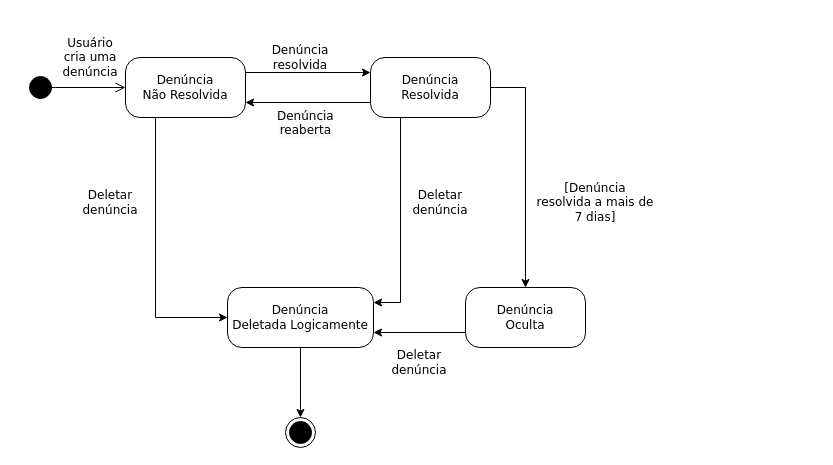
Earlier version of the draw.io diagram Documentação/Diagramas/Diagrama de Estado.drawio (frsouzaa/Documentacao-TCC-NossaVia). Source tidied: cells renumbered, new cells numbered last; positions are measured from the earlier drawing's top-left corner, leaving out a move shared by most shapes. Both pictures are drawn from the tidied source at 100%, with x=0, y=0 at pixel (25, 27).
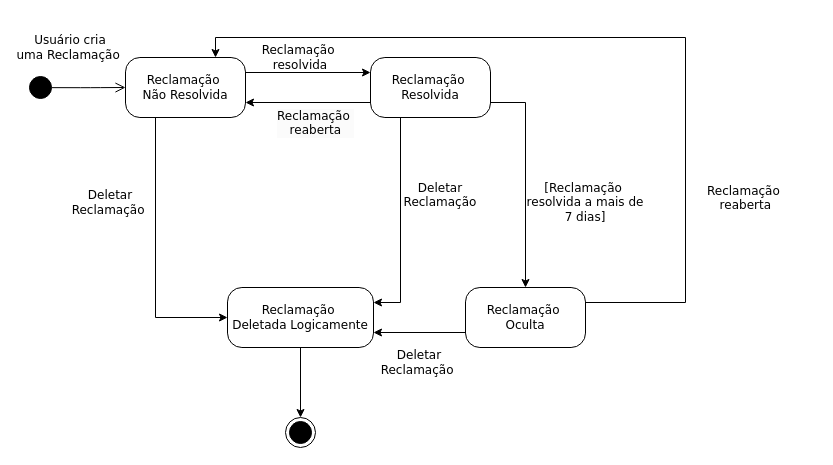
After the change.

Unchanged cells that the change refers to:
```xml
<mxCell id="2" style="ellipse;html=1;shape=startState;fillColor=#000000;strokeColor=#000000;rounded=1;shadow=0;comic=0;labelBackgroundColor=none;fontFamily=Verdana;fontSize=12;fontColor=default;align=center;direction=south;labelBorderColor=none;textShadow=0;" parent="1" vertex="1">
  <mxGeometry y="45" width="30" height="30" as="geometry" />
</mxCell>
```

Diff of the diagram source:
```diff
@@
-    <mxCell id="4" value="Denúncia&lt;div&gt;Deletada Logicamente&lt;/div&gt;" style="rounded=1;whiteSpace=wrap;html=1;arcSize=24;fillColor=none;strokeColor=default;shadow=0;comic=0;labelBackgroundColor=none;fontFamily=Verdana;fontSize=12;fontColor=default;align=center;labelBorderColor=none;textShadow=0;" parent="1" vertex="1">
+    <mxCell id="4" value="Reclamação&amp;nbsp;&lt;div&gt;Deletada Logicamente&lt;/div&gt;" style="rounded=1;whiteSpace=wrap;html=1;arcSize=24;fillColor=none;strokeColor=default;shadow=0;comic=0;labelBackgroundColor=none;fontFamily=Verdana;fontSize=12;fontColor=default;align=center;labelBorderColor=none;textShadow=0;" parent="1" vertex="1">
       <mxGeometry x="202" y="260" width="146" height="60" as="geometry" />
     </mxCell>
@@
-    <mxCell id="7" value="Denúncia&lt;div&gt;Não Resolvida&lt;/div&gt;" style="rounded=1;whiteSpace=wrap;html=1;arcSize=24;fillColor=none;strokeColor=default;shadow=0;comic=0;labelBackgroundColor=none;fontFamily=Verdana;fontSize=12;fontColor=default;align=center;labelBorderColor=none;textShadow=0;" parent="1" vertex="1">
+    <mxCell id="7" value="Reclamação&amp;nbsp;&lt;div&gt;Não Resolvida&lt;/div&gt;" style="rounded=1;whiteSpace=wrap;html=1;arcSize=24;fillColor=none;strokeColor=default;shadow=0;comic=0;labelBackgroundColor=none;fontFamily=Verdana;fontSize=12;fontColor=default;align=center;labelBorderColor=none;textShadow=0;" parent="1" vertex="1">
       <mxGeometry x="100" y="30" width="120" height="60" as="geometry" />
     </mxCell>
-    <mxCell id="8" style="edgeStyle=orthogonalEdgeStyle;rounded=0;jettySize=auto;html=1;exitX=1;exitY=0.5;exitDx=0;exitDy=0;entryX=0.5;entryY=0;entryDx=0;entryDy=0;" parent="1" edge="1" source="11" target="19">
-      <mxGeometry relative="1" as="geometry" />
+    <mxCell id="8" style="edgeStyle=orthogonalEdgeStyle;rounded=0;jettySize=auto;html=1;exitX=1;exitY=0.75;exitDx=0;exitDy=0;entryX=0.5;entryY=0;entryDx=0;entryDy=0;" parent="1" edge="1" source="11" target="19">
+      <mxGeometry relative="1" as="geometry">
+        <Array as="points">
+          <mxPoint x="500" y="75" />
+        </Array>
+      </mxGeometry>
     </mxCell>
@@
-    <mxCell id="11" value="&lt;div&gt;Denúncia&lt;/div&gt;&lt;div&gt;Resolvida&lt;/div&gt;" style="rounded=1;whiteSpace=wrap;html=1;arcSize=24;fillColor=none;strokeColor=default;shadow=0;comic=0;labelBackgroundColor=none;fontFamily=Verdana;fontSize=12;fontColor=default;align=center;labelBorderColor=none;textShadow=0;" parent="1" vertex="1">
+    <mxCell id="11" value="&lt;div&gt;Reclamação&amp;nbsp;&lt;/div&gt;&lt;div&gt;Resolvida&lt;/div&gt;" style="rounded=1;whiteSpace=wrap;html=1;arcSize=24;fillColor=none;strokeColor=default;shadow=0;comic=0;labelBackgroundColor=none;fontFamily=Verdana;fontSize=12;fontColor=default;align=center;labelBorderColor=none;textShadow=0;" parent="1" vertex="1">
       <mxGeometry x="345" y="30" width="120" height="60" as="geometry" />
     </mxCell>
-    <mxCell id="12" style="edgeStyle=orthogonalEdgeStyle;html=1;labelBackgroundColor=none;endArrow=open;endSize=8;strokeColor=default;fontFamily=Verdana;fontSize=12;align=left;fontColor=default;labelBorderColor=none;textShadow=0;entryX=0;entryY=0.5;entryDx=0;entryDy=0;" parent="1" edge="1" source="2" target="7">
+    <mxCell id="12" style="edgeStyle=orthogonalEdgeStyle;html=1;labelBackgroundColor=none;endArrow=open;endSize=8;strokeColor=default;fontFamily=Verdana;fontSize=12;align=left;fontColor=default;labelBorderColor=none;textShadow=0;entryX=0;entryY=0.5;entryDx=0;entryDy=0;exitX=0.505;exitY=0.13;exitDx=0;exitDy=0;exitPerimeter=0;" parent="1" edge="1" source="2" target="7">
       <mxGeometry relative="1" as="geometry" />
     </mxCell>
@@
-    <mxCell id="14" value="&lt;div&gt;&lt;font face=&quot;Verdana&quot;&gt;Denúncia&lt;/font&gt;&lt;/div&gt;&lt;div&gt;&lt;font face=&quot;Verdana&quot;&gt;resolvida&lt;/font&gt;&lt;/div&gt;" style="text;html=1;align=center;verticalAlign=middle;whiteSpace=wrap;rounded=0;fontColor=default;labelBackgroundColor=none;labelBorderColor=none;textShadow=0;" parent="1" vertex="1">
+    <mxCell id="14" value="&lt;div&gt;&lt;font face=&quot;Verdana&quot;&gt;Reclamação&amp;nbsp;&lt;/font&gt;&lt;br&gt;&lt;/div&gt;&lt;div&gt;&lt;font face=&quot;Verdana&quot;&gt;resolvida&lt;/font&gt;&lt;/div&gt;" style="text;html=1;align=center;verticalAlign=middle;whiteSpace=wrap;rounded=0;fontColor=default;labelBackgroundColor=none;labelBorderColor=none;textShadow=0;" parent="1" vertex="1">
       <mxGeometry x="240" width="70" height="60" as="geometry" />
     </mxCell>
-    <mxCell id="15" value="&lt;div&gt;&lt;span style=&quot;font-family: Verdana;&quot;&gt;Deletar&lt;/span&gt;&lt;/div&gt;&lt;div&gt;&lt;span style=&quot;font-family: Verdana;&quot;&gt;denúncia&lt;/span&gt;&lt;br&gt;&lt;/div&gt;" style="text;html=1;align=center;verticalAlign=middle;whiteSpace=wrap;rounded=0;fontColor=default;labelBackgroundColor=none;labelBorderColor=none;textShadow=0;" parent="1" vertex="1">
+    <mxCell id="15" value="&lt;div&gt;&lt;span style=&quot;font-family: Verdana;&quot;&gt;Deletar&lt;/span&gt;&lt;/div&gt;&lt;div&gt;&lt;font face=&quot;Verdana&quot;&gt;Reclamação&lt;/font&gt;&lt;br&gt;&lt;/div&gt;&lt;div&gt;&lt;font face=&quot;Verdana&quot;&gt;&lt;br&gt;&lt;/font&gt;&lt;/div&gt;" style="text;html=1;align=center;verticalAlign=middle;whiteSpace=wrap;rounded=0;fontColor=default;labelBackgroundColor=none;labelBorderColor=none;textShadow=0;" parent="1" vertex="1">
       <mxGeometry x="380" y="160" width="70" height="30" as="geometry" />
     </mxCell>
-    <mxCell id="16" value="&lt;div&gt;&lt;span style=&quot;font-family: Verdana;&quot;&gt;Deletar&lt;/span&gt;&lt;/div&gt;&lt;div&gt;&lt;span style=&quot;font-family: Verdana;&quot;&gt;denúncia&lt;/span&gt;&lt;br&gt;&lt;/div&gt;" style="text;html=1;align=center;verticalAlign=middle;whiteSpace=wrap;rounded=0;fontColor=default;labelBackgroundColor=none;labelBorderColor=none;textShadow=0;" parent="1" vertex="1">
+    <mxCell id="16" value="&lt;div&gt;&lt;span style=&quot;font-family: Verdana;&quot;&gt;Deletar&lt;/span&gt;&lt;/div&gt;&lt;div&gt;&lt;font face=&quot;Verdana&quot;&gt;Reclamação&amp;nbsp;&lt;/font&gt;&lt;/div&gt;" style="text;html=1;align=center;verticalAlign=middle;whiteSpace=wrap;rounded=0;fontColor=default;labelBackgroundColor=none;labelBorderColor=none;textShadow=0;" parent="1" vertex="1">
       <mxGeometry x="50" y="160" width="70" height="30" as="geometry" />
     </mxCell>
-    <mxCell id="17" value="&lt;div&gt;&lt;font face=&quot;Verdana&quot;&gt;Usuário cria uma denúncia&lt;/font&gt;&lt;/div&gt;" style="text;html=1;align=center;verticalAlign=middle;whiteSpace=wrap;rounded=0;fontColor=default;labelBackgroundColor=none;labelBorderColor=none;textShadow=0;" parent="1" vertex="1">
-      <mxGeometry x="30" width="70" height="60" as="geometry" />
+    <mxCell id="17" value="&lt;div&gt;&lt;font face=&quot;Verdana&quot;&gt;Usuário cria uma&amp;nbsp;&lt;/font&gt;&lt;span style=&quot;background-color: initial;&quot;&gt;&lt;font face=&quot;Verdana&quot;&gt;Reclamação&amp;nbsp;&lt;/font&gt;&lt;/span&gt;&lt;/div&gt;" style="text;html=1;align=center;verticalAlign=middle;whiteSpace=wrap;rounded=0;fontColor=default;labelBackgroundColor=none;labelBorderColor=none;textShadow=0;" parent="1" vertex="1">
+      <mxGeometry x="10" y="-10" width="70" height="60" as="geometry" />
     </mxCell>
@@
+    <mxCell id="24" style="edgeStyle=orthogonalEdgeStyle;rounded=0;jettySize=auto;html=1;exitX=1;exitY=0.25;exitDx=0;exitDy=0;entryX=0.75;entryY=0;entryDx=0;entryDy=0;" parent="1" edge="1" source="19" target="7">
+      <mxGeometry relative="1" as="geometry">
+        <Array as="points">
+          <mxPoint x="660" y="275" />
+          <mxPoint x="660" y="10" />
+          <mxPoint x="190" y="10" />
+        </Array>
+      </mxGeometry>
+    </mxCell>
-    <mxCell id="19" value="&lt;div&gt;Denúncia&lt;/div&gt;&lt;div&gt;Oculta&lt;/div&gt;" style="rounded=1;whiteSpace=wrap;html=1;arcSize=24;fillColor=none;strokeColor=default;shadow=0;comic=0;labelBackgroundColor=none;fontFamily=Verdana;fontSize=12;fontColor=default;align=center;labelBorderColor=none;textShadow=0;" parent="1" vertex="1">
+    <mxCell id="19" value="&lt;div&gt;Reclamação&amp;nbsp;&lt;/div&gt;&lt;div&gt;Oculta&lt;/div&gt;" style="rounded=1;whiteSpace=wrap;html=1;arcSize=24;fillColor=none;strokeColor=default;shadow=0;comic=0;labelBackgroundColor=none;fontFamily=Verdana;fontSize=12;fontColor=default;align=center;labelBorderColor=none;textShadow=0;" parent="1" vertex="1">
       <mxGeometry x="440" y="260" width="120" height="60" as="geometry" />
     </mxCell>
-    <mxCell id="20" value="&lt;div&gt;&lt;font face=&quot;Verdana&quot;&gt;[Denúncia resolvida a mais de 7 dias]&lt;/font&gt;&lt;/div&gt;" style="text;html=1;align=center;verticalAlign=middle;whiteSpace=wrap;rounded=0;fontColor=default;labelBackgroundColor=none;labelBorderColor=none;textShadow=0;" parent="1" vertex="1">
-      <mxGeometry x="510" y="160" width="120" height="30" as="geometry" />
+    <mxCell id="20" value="&lt;div&gt;&lt;font face=&quot;Verdana&quot;&gt;[Reclamação&lt;/font&gt;&lt;span style=&quot;font-family: Verdana; background-color: initial;&quot;&gt;&amp;nbsp;&lt;/span&gt;&lt;/div&gt;&lt;div&gt;&lt;font face=&quot;Verdana&quot;&gt;resolvida a mais de 7 dias]&lt;/font&gt;&lt;/div&gt;" style="text;html=1;align=center;verticalAlign=middle;whiteSpace=wrap;rounded=0;fontColor=default;labelBackgroundColor=none;labelBorderColor=none;textShadow=0;" parent="1" vertex="1">
+      <mxGeometry x="500" y="160" width="120" height="30" as="geometry" />
     </mxCell>
-    <mxCell id="21" value="&lt;div&gt;&lt;span style=&quot;font-family: Verdana;&quot;&gt;Deletar&lt;/span&gt;&lt;/div&gt;&lt;div&gt;&lt;span style=&quot;font-family: Verdana;&quot;&gt;denúncia&lt;/span&gt;&lt;br&gt;&lt;/div&gt;" style="text;html=1;align=center;verticalAlign=middle;whiteSpace=wrap;rounded=0;fontColor=default;labelBackgroundColor=none;labelBorderColor=none;textShadow=0;" parent="1" vertex="1">
+    <mxCell id="21" value="&lt;div&gt;&lt;span style=&quot;font-family: Verdana;&quot;&gt;Deletar&lt;/span&gt;&lt;/div&gt;&lt;div&gt;&lt;font face=&quot;Verdana&quot;&gt;Reclamação&amp;nbsp;&lt;/font&gt;&lt;br&gt;&lt;/div&gt;" style="text;html=1;align=center;verticalAlign=middle;whiteSpace=wrap;rounded=0;fontColor=default;labelBackgroundColor=none;labelBorderColor=none;textShadow=0;" parent="1" vertex="1">
       <mxGeometry x="359" y="320" width="70" height="30" as="geometry" />
     </mxCell>
-    <mxCell id="22" value="&lt;div style=&quot;forced-color-adjust: none; color: rgb(0, 0, 0); font-family: Helvetica; font-size: 12px; font-style: normal; font-variant-ligatures: normal; font-variant-caps: normal; font-weight: 400; letter-spacing: normal; orphans: 2; text-align: center; text-indent: 0px; text-transform: none; widows: 2; word-spacing: 0px; -webkit-text-stroke-width: 0px; white-space: normal; background-color: rgb(251, 251, 251); text-decoration-thickness: initial; text-decoration-style: initial; text-decoration-color: initial;&quot;&gt;&lt;font face=&quot;Verdana&quot; style=&quot;forced-color-adjust: none;&quot;&gt;Denúncia&lt;/font&gt;&lt;/div&gt;&lt;div style=&quot;forced-color-adjust: none; color: rgb(0, 0, 0); font-family: Helvetica; font-size: 12px; font-style: normal; font-variant-ligatures: normal; font-variant-caps: normal; font-weight: 400; letter-spacing: normal; orphans: 2; text-align: center; text-indent: 0px; text-transform: none; widows: 2; word-spacing: 0px; -webkit-text-stroke-width: 0px; white-space: normal; background-color: rgb(251, 251, 251); text-decoration-thickness: initial; text-decoration-style: initial; text-decoration-color: initial;&quot;&gt;&lt;font face=&quot;Verdana&quot; style=&quot;forced-color-adjust: none;&quot;&gt;reaberta&lt;/font&gt;&lt;/div&gt;" style="text;whiteSpace=wrap;html=1;" parent="1" vertex="1">
+    <mxCell id="22" value="&lt;div style=&quot;text-align: center; forced-color-adjust: none; background-color: rgb(251, 251, 251); text-decoration-thickness: initial; text-decoration-style: initial; text-decoration-color: initial;&quot;&gt;&lt;span style=&quot;background-color: initial; text-align: left;&quot;&gt;&lt;font face=&quot;Verdana&quot;&gt;Reclamação&amp;nbsp;&lt;/font&gt;&lt;/span&gt;&lt;/div&gt;&lt;div style=&quot;text-align: center; forced-color-adjust: none; background-color: rgb(251, 251, 251); text-decoration-thickness: initial; text-decoration-style: initial; text-decoration-color: initial;&quot;&gt;&lt;span style=&quot;color: rgb(0, 0, 0); font-family: Verdana; font-size: 12px; font-style: normal; font-variant-ligatures: normal; font-variant-caps: normal; font-weight: 400; letter-spacing: normal; text-transform: none; word-spacing: 0px; -webkit-text-stroke-width: 0px; white-space: normal;&quot;&gt;reaberta&lt;/span&gt;&lt;br&gt;&lt;/div&gt;" style="text;whiteSpace=wrap;html=1;" parent="1" vertex="1">
       <mxGeometry x="250" y="75" width="90" height="50" as="geometry" />
     </mxCell>
-    <mxCell id="23" style="edgeStyle=orthogonalEdgeStyle;rounded=0;jettySize=auto;html=1;entryX=0.49;entryY=0.194;entryDx=0;entryDy=0;entryPerimeter=0;endArrow=none;endFill=0;exitX=0;exitY=1;exitDx=0;exitDy=0;" parent="1" edge="1" source="17" target="2">
-      <mxGeometry relative="1" as="geometry" />
-    </mxCell>
+    <mxCell id="25" value="&lt;div&gt;&lt;span style=&quot;forced-color-adjust: none; color: rgb(0, 0, 0); font-size: 12px; font-style: normal; font-variant-ligatures: normal; font-variant-caps: normal; font-weight: 400; letter-spacing: normal; orphans: 2; text-align: center; text-indent: 0px; text-transform: none; widows: 2; word-spacing: 0px; -webkit-text-stroke-width: 0px; white-space: normal; background-color: initial; text-decoration-thickness: initial; text-decoration-style: initial; text-decoration-color: initial; font-family: Verdana;&quot;&gt;&lt;div style=&quot;font-family: Helvetica;&quot;&gt;&lt;span style=&quot;background-color: initial; text-align: left;&quot;&gt;&lt;font face=&quot;Verdana&quot;&gt;Reclamação&amp;nbsp;&lt;/font&gt;&lt;/span&gt;&lt;/div&gt;&lt;div style=&quot;font-family: Helvetica;&quot;&gt;&lt;span style=&quot;font-family: Verdana;&quot;&gt;reaberta&lt;/span&gt;&lt;/div&gt;&lt;/span&gt;&lt;/div&gt;" style="text;whiteSpace=wrap;html=1;" parent="1" vertex="1">
+      <mxGeometry x="680" y="150" width="110" height="40" as="geometry" />
+    </mxCell>
```
